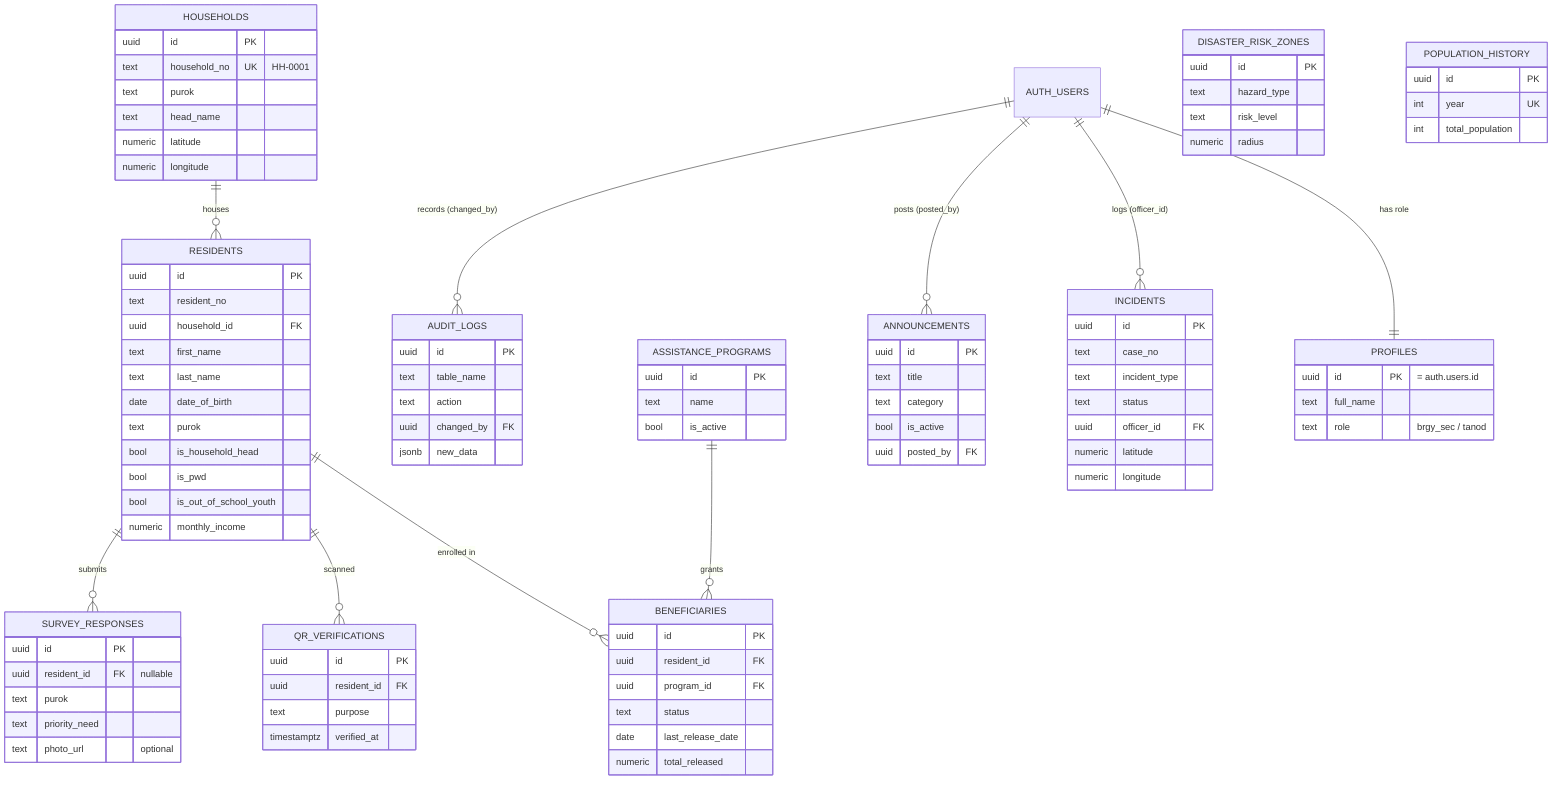
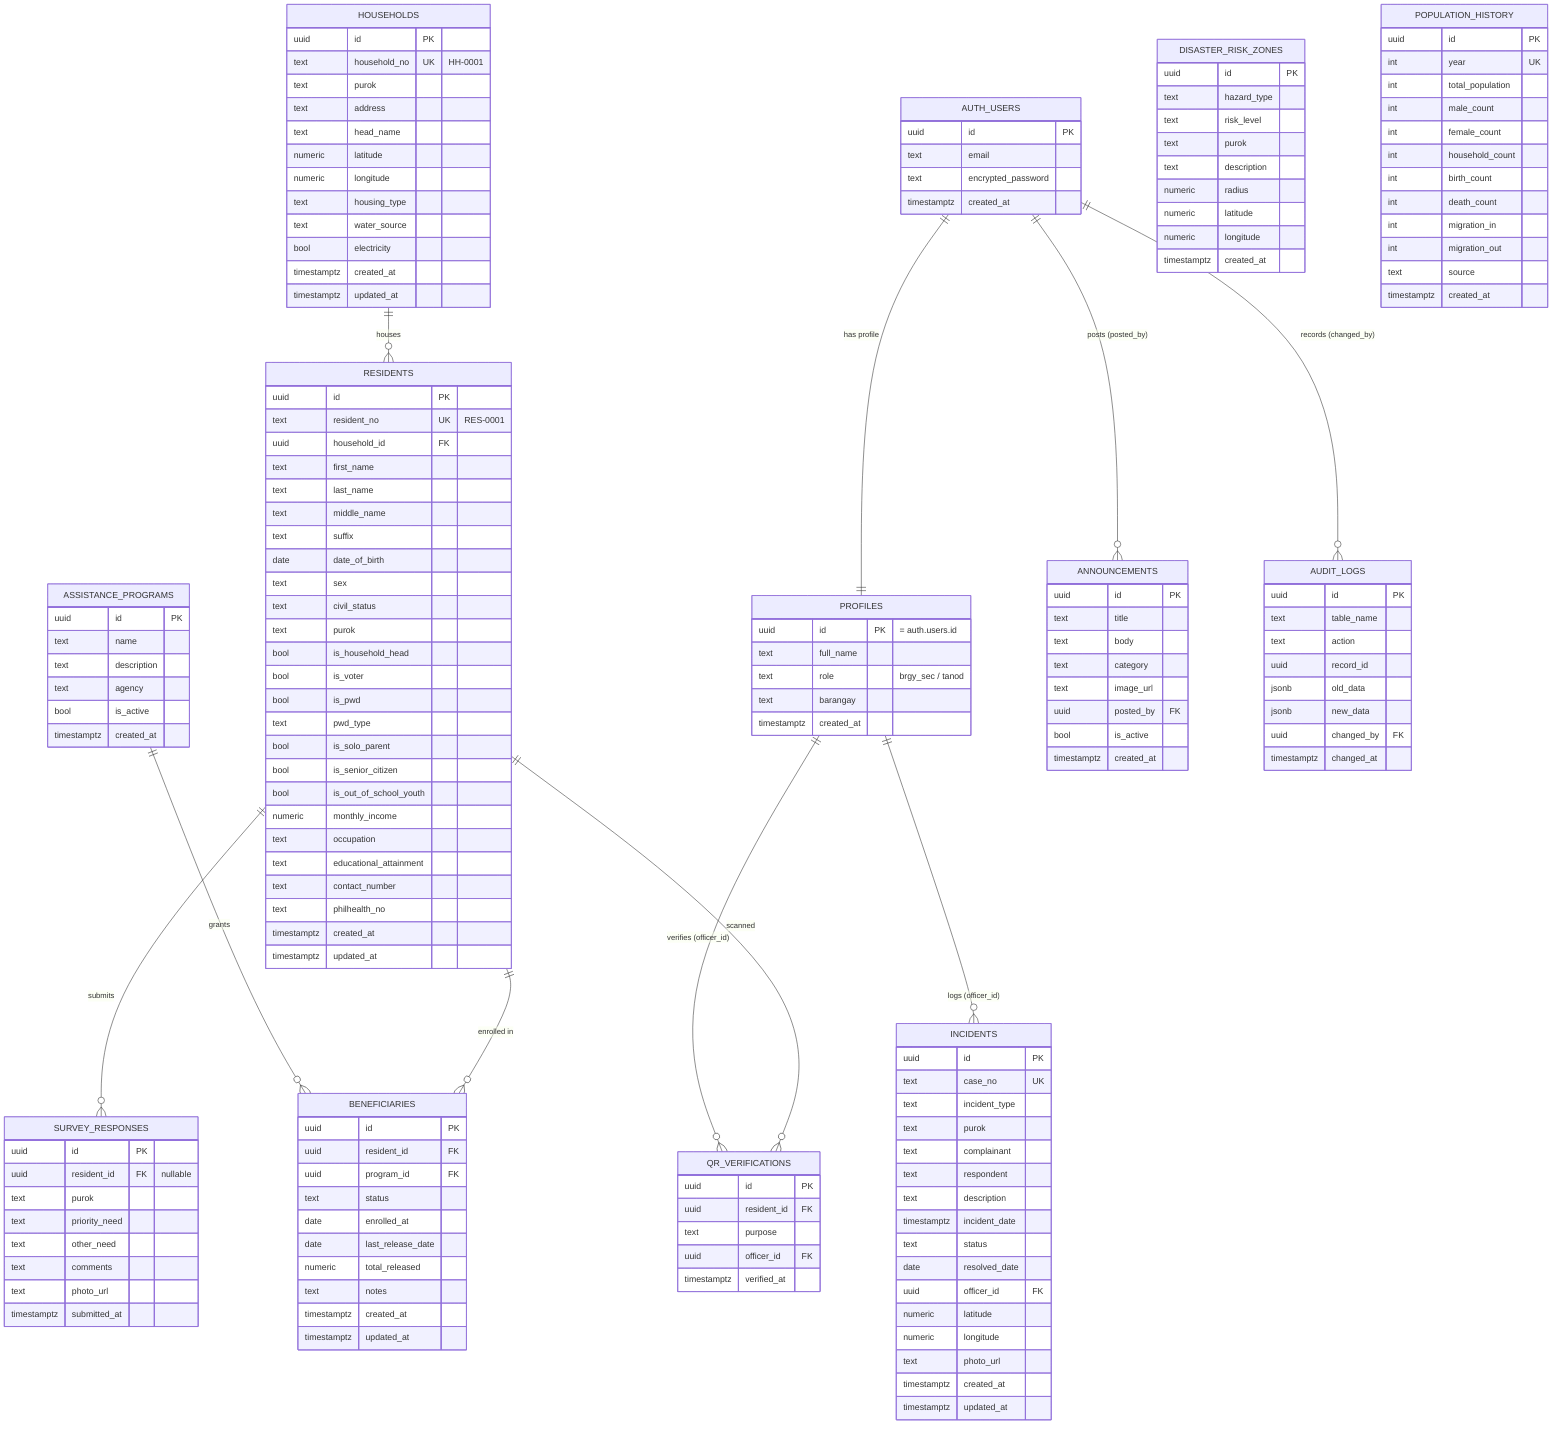
erDiagram
-     AUTH_USERS ||--|| PROFILES : "has role"
+     AUTH_USERS ||--|| PROFILES : "has profile"
    HOUSEHOLDS ||--o{ RESIDENTS : "houses"
    RESIDENTS ||--o{ BENEFICIARIES : "enrolled in"
    ASSISTANCE_PROGRAMS ||--o{ BENEFICIARIES : "grants"
    RESIDENTS ||--o{ QR_VERIFICATIONS : "scanned"
    RESIDENTS ||--o{ SURVEY_RESPONSES : "submits"
-     AUTH_USERS ||--o{ INCIDENTS : "logs (officer_id)"
+     PROFILES ||--o{ INCIDENTS : "logs (officer_id)"
+     PROFILES ||--o{ QR_VERIFICATIONS : "verifies (officer_id)"
    AUTH_USERS ||--o{ ANNOUNCEMENTS : "posts (posted_by)"
    AUTH_USERS ||--o{ AUDIT_LOGS : "records (changed_by)"

+     AUTH_USERS {
+         uuid id PK
+         text email
+         text encrypted_password
+         timestamptz created_at
+     }
    PROFILES {
        uuid id PK "= auth.users.id"
        text full_name
        text role "brgy_sec / tanod"
+         text barangay
+         timestamptz created_at
    }
    HOUSEHOLDS {
        uuid id PK
        text household_no UK "HH-0001"
        text purok
+         text address
        text head_name
        numeric latitude
        numeric longitude
+         text housing_type
+         text water_source
+         bool electricity
+         timestamptz created_at
+         timestamptz updated_at
    }
    RESIDENTS {
        uuid id PK
-         text resident_no
+         text resident_no UK "RES-0001"
        uuid household_id FK
        text first_name
        text last_name
+         text middle_name
+         text suffix
        date date_of_birth
+         text sex
+         text civil_status
        text purok
        bool is_household_head
+         bool is_voter
        bool is_pwd
+         text pwd_type
+         bool is_solo_parent
+         bool is_senior_citizen
        bool is_out_of_school_youth
        numeric monthly_income
+         text occupation
+         text educational_attainment
+         text contact_number
+         text philhealth_no
+         timestamptz created_at
+         timestamptz updated_at
    }
    ASSISTANCE_PROGRAMS {
        uuid id PK
        text name
+         text description
+         text agency
        bool is_active
+         timestamptz created_at
    }
    BENEFICIARIES {
        uuid id PK
        uuid resident_id FK
        uuid program_id FK
        text status
+         date enrolled_at
        date last_release_date
        numeric total_released
+         text notes
+         timestamptz created_at
+         timestamptz updated_at
+     }
+     INCIDENTS {
+         uuid id PK
+         text case_no UK
+         text incident_type
+         text purok
+         text complainant
+         text respondent
+         text description
+         timestamptz incident_date
+         text status
+         date resolved_date
+         uuid officer_id FK
+         numeric latitude
+         numeric longitude
+         text photo_url
+         timestamptz created_at
+         timestamptz updated_at
    }
    QR_VERIFICATIONS {
        uuid id PK
        uuid resident_id FK
        text purpose
+         uuid officer_id FK
        timestamptz verified_at
    }
    SURVEY_RESPONSES {
        uuid id PK
        uuid resident_id FK "nullable"
        text purok
        text priority_need
-         text photo_url "optional"
-     }
-     INCIDENTS {
-         uuid id PK
-         text case_no
-         text incident_type
-         text status
-         uuid officer_id FK
-         numeric latitude
-         numeric longitude
+         text other_need
+         text comments
+         text photo_url
+         timestamptz submitted_at
    }
    DISASTER_RISK_ZONES {
        uuid id PK
        text hazard_type
        text risk_level
+         text purok
+         text description
        numeric radius
+         numeric latitude
+         numeric longitude
+         timestamptz created_at
    }
    ANNOUNCEMENTS {
        uuid id PK
        text title
+         text body
        text category
+         text image_url
+         uuid posted_by FK
        bool is_active
-         uuid posted_by FK
+         timestamptz created_at
    }
    POPULATION_HISTORY {
        uuid id PK
        int year UK
        int total_population
+         int male_count
+         int female_count
+         int household_count
+         int birth_count
+         int death_count
+         int migration_in
+         int migration_out
+         text source
+         timestamptz created_at
    }
    AUDIT_LOGS {
        uuid id PK
        text table_name
        text action
+         uuid record_id
+         jsonb old_data
+         jsonb new_data
        uuid changed_by FK
-         jsonb new_data
+         timestamptz changed_at
    }
